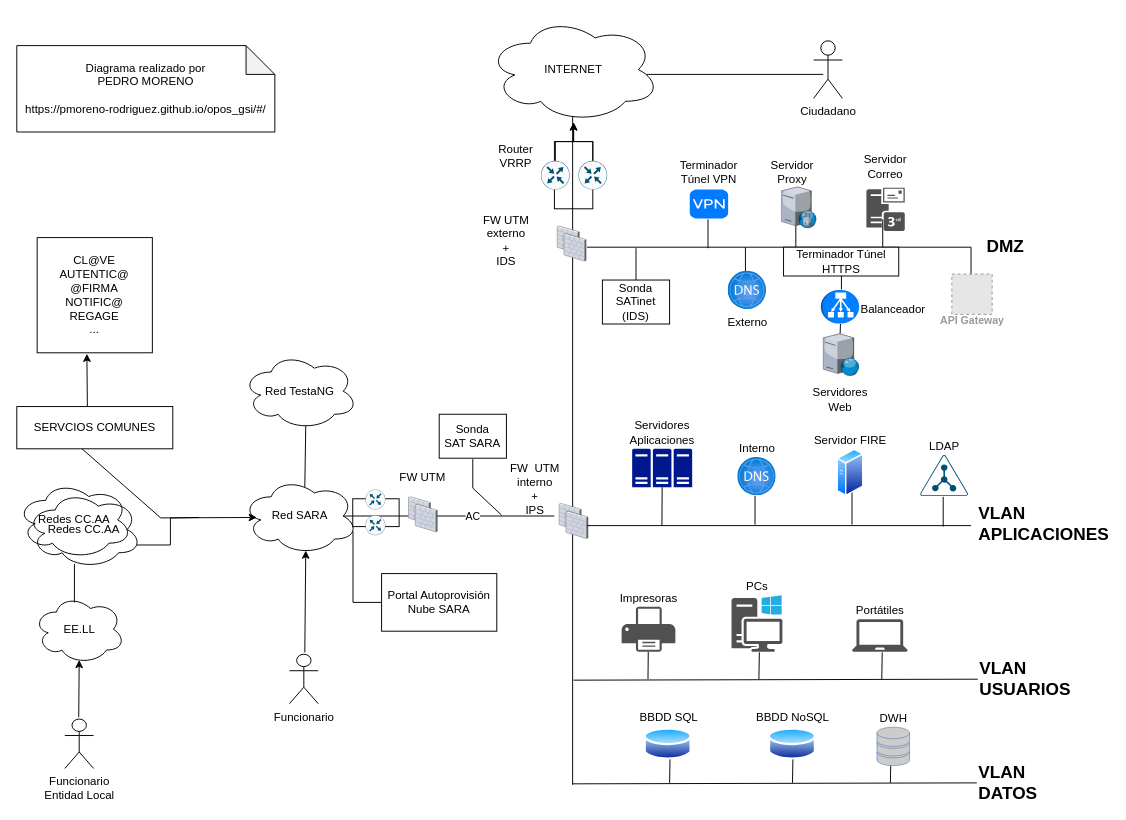
Earlier version of the draw.io diagram docs/diagramas/Diagrama-red-basico.drawio (pmoreno-rodriguez/opos_gsi). Source tidied: cells renumbered, new cells numbered last; positions are measured from the earlier drawing's top-left corner, leaving out a move shared by most shapes. Both pictures are drawn from the tidied source at 96%, with x=0, y=0 at pixel (16, 16). Pictures stored in the file or linked from it are replaced by grey dashed boxes.
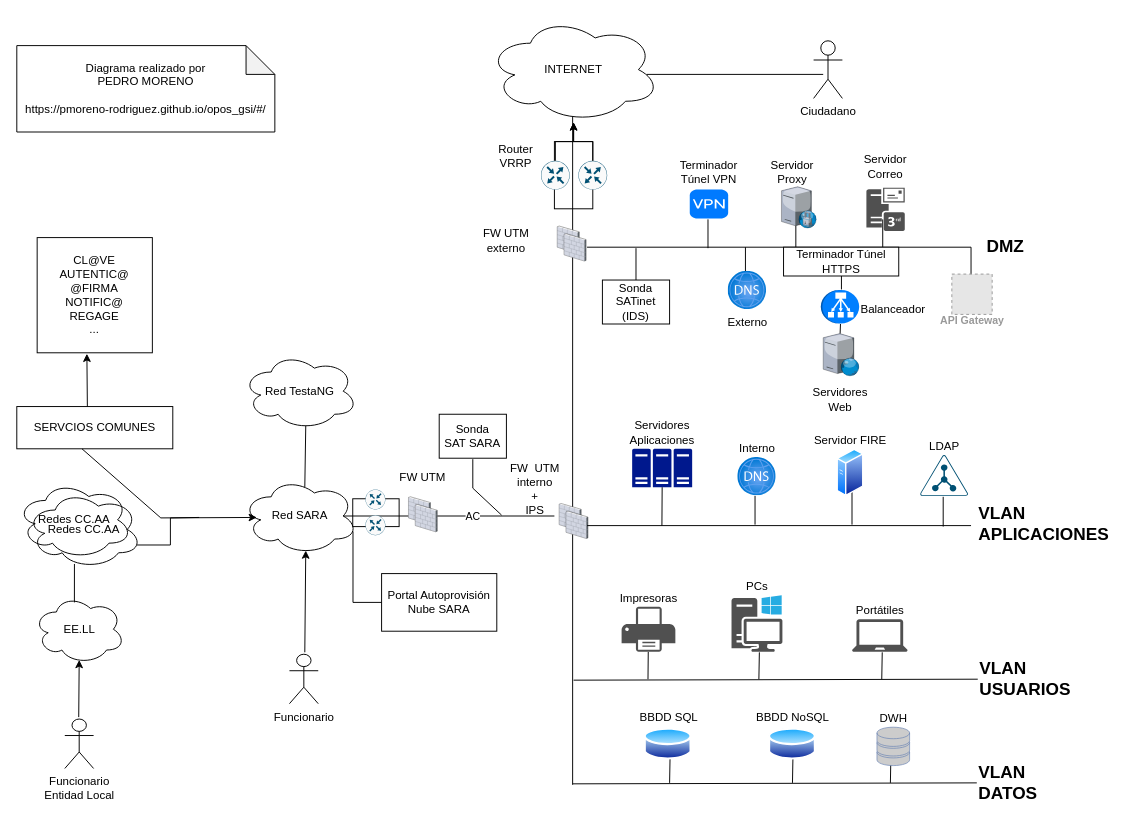
After the change.

What changed in the source:
```diff
@@
-    <mxCell id="15" value="FW UTM externo&lt;br&gt;+&lt;br&gt;IDS" style="text;html=1;align=center;verticalAlign=middle;whiteSpace=wrap;rounded=0;" parent="1" vertex="1">
+    <mxCell id="15" value="FW UTM externo" style="text;html=1;align=center;verticalAlign=middle;whiteSpace=wrap;rounded=0;" parent="1" vertex="1">
       <mxGeometry x="480" y="218" width="60" height="30" as="geometry" />
     </mxCell>
```
